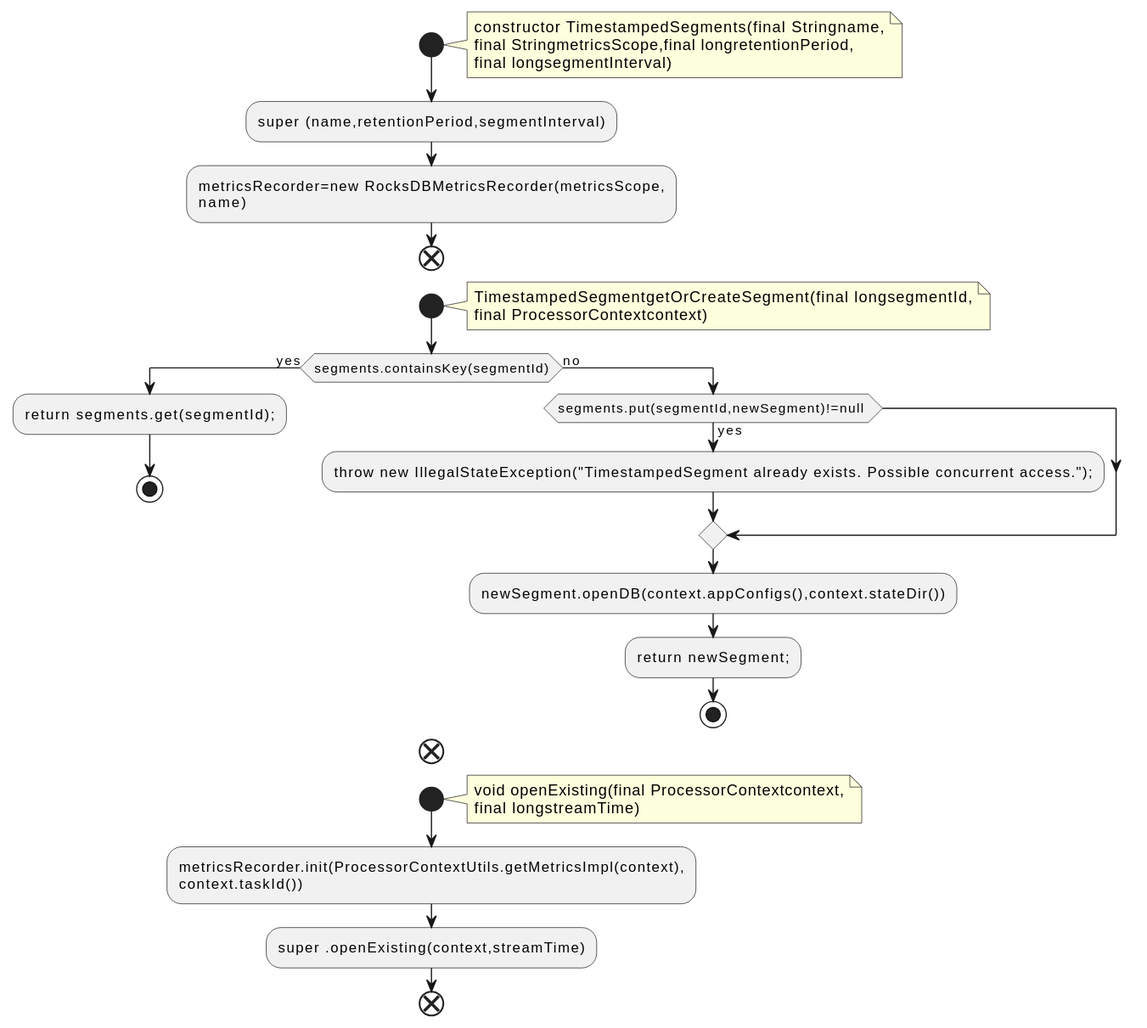
qualitesys/kafka keeps this PlantUML diagram as docs/qc/streams/src/main/java/org/apache/kafka/streams/state/internals/TimestampedSegments.java.fct.svg. Above is the earlier version.
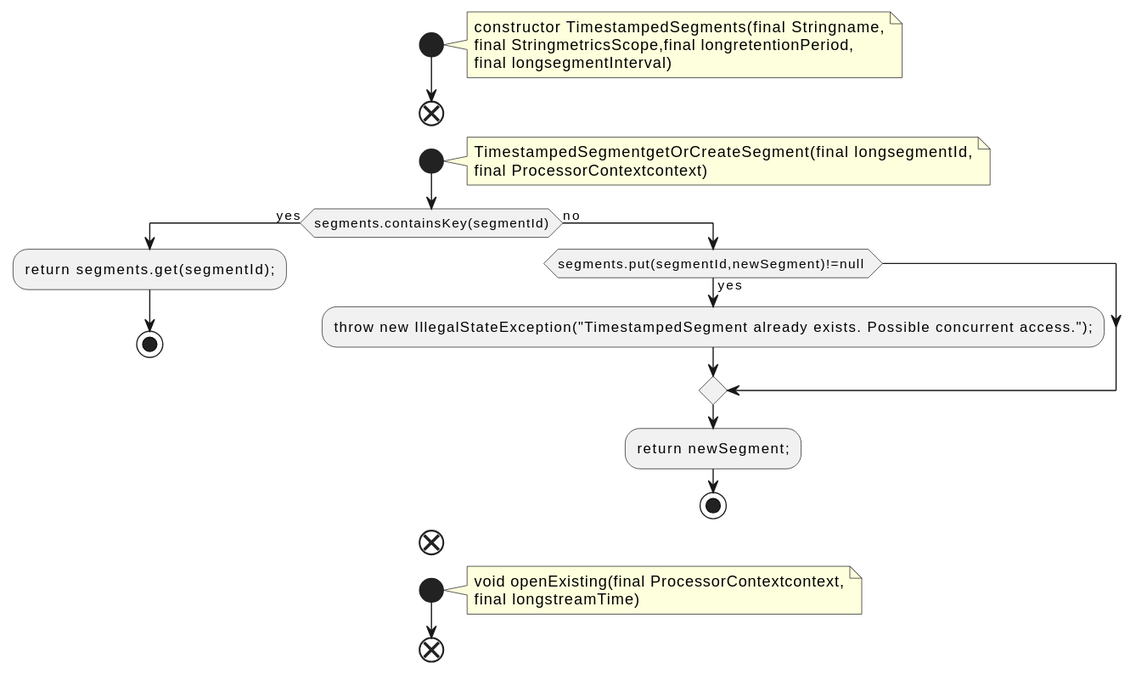
Later version of the same file.

What changed in the source:
```diff
@@ -6,9 +6,6 @@
 final StringmetricsScope,final longretentionPeriod,
 final longsegmentInterval)
 end note
-:super (name,retentionPeriod,segmentInterval);
-:metricsRecorder=new RocksDBMetricsRecorder(metricsScope,
-name);
 end
 start
 note right
@@ -22,7 +19,6 @@
 if (segments.put(segmentId,newSegment)!=null ) then (yes)
 :throw new IllegalStateException("TimestampedSegment already exists. Possible concurrent access.");;
 endif
-:newSegment.openDB(context.appConfigs(),context.stateDir());
 :return newSegment;;
 stop
 endif
@@ -32,8 +28,5 @@
 void openExisting(final ProcessorContextcontext,
 final longstreamTime)
 end note
-:metricsRecorder.init(ProcessorContextUtils.getMetricsImpl(context),
-context.taskId());
-:super .openExisting(context,streamTime);
 end
 @enduml
```
